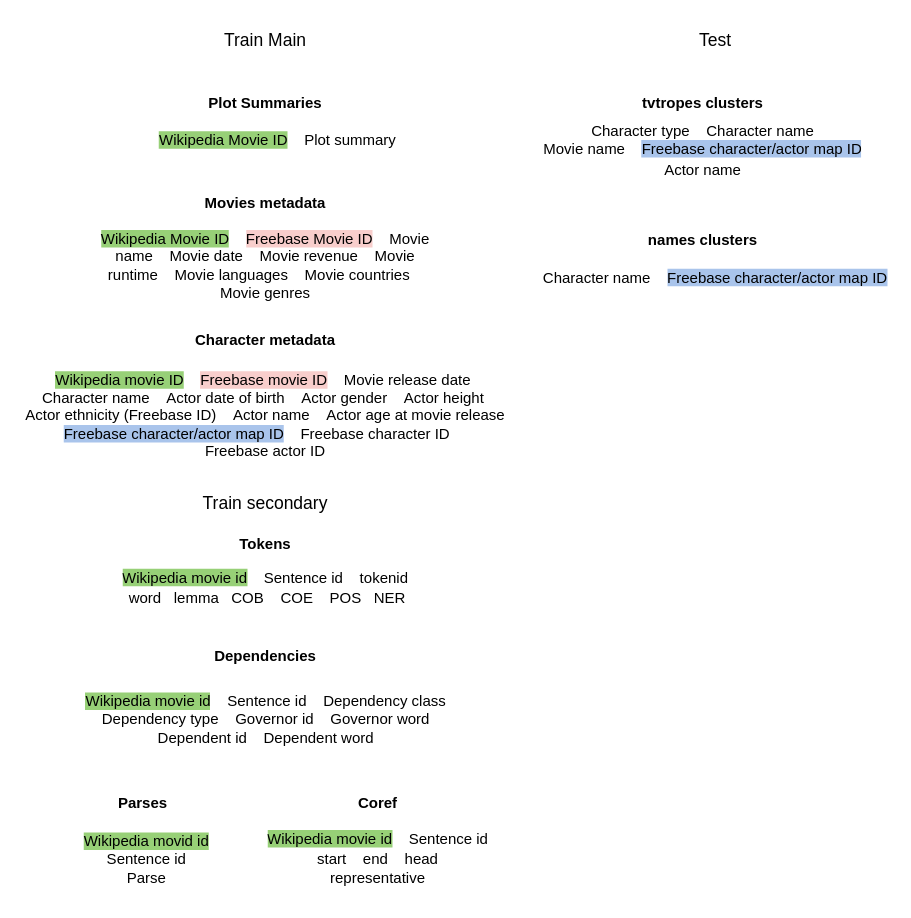
This is Docs/dataframes visualization.drawio from epfl-ada/ada-2023-project-crunchychicken, a draw.io file, before an edit. Source tidied: cells renumbered, new cells numbered last; positions are measured from the earlier drawing's top-left corner, leaving out a move shared by most shapes. Both pictures are drawn from the tidied source at 125%, with x=0, y=0 at pixel (21, 21).
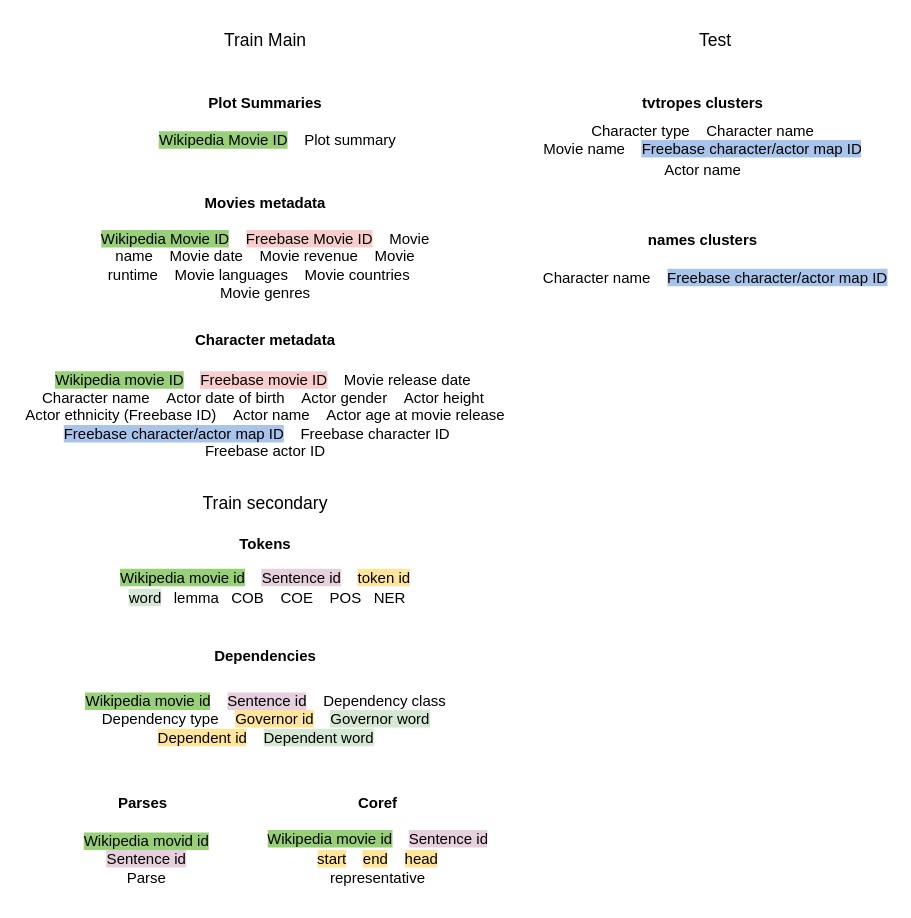
The same page after the edit.

The edit, as a diff of the source:
```diff
@@
-    <mxCell id="15" value="&lt;p style=&quot;box-sizing: border-box; overflow: auto; padding: 1px 0px; margin-top: 0px; margin-bottom: 0px; line-height: inherit; word-break: break-all; overflow-wrap: break-word; border: 0px; border-radius: 0px; vertical-align: baseline;&quot;&gt;&lt;span style=&quot;background-color: rgb(151, 208, 119);&quot;&gt;Wikipedia movie id&lt;/span&gt;&amp;nbsp; &amp;nbsp; Sentence id&amp;nbsp; &amp;nbsp; Dependency class&lt;br&gt;Dependency type&amp;nbsp; &amp;nbsp; Governor id&amp;nbsp; &amp;nbsp; Governor word&lt;br&gt;Dependent id&amp;nbsp; &amp;nbsp; Dependent word&lt;/p&gt;" style="text;html=1;strokeColor=none;fillColor=none;align=center;verticalAlign=middle;whiteSpace=wrap;rounded=0;" parent="1" vertex="1">
+    <mxCell id="15" value="&lt;p style=&quot;box-sizing: border-box; overflow: auto; padding: 1px 0px; margin-top: 0px; margin-bottom: 0px; line-height: inherit; word-break: break-all; overflow-wrap: break-word; border: 0px; border-radius: 0px; vertical-align: baseline;&quot;&gt;&lt;span style=&quot;background-color: rgb(151, 208, 119);&quot;&gt;Wikipedia movie id&lt;/span&gt;&amp;nbsp; &amp;nbsp; &lt;span style=&quot;background-color: rgb(230, 208, 222);&quot;&gt;Sentence id&lt;/span&gt;&amp;nbsp; &amp;nbsp; Dependency class&lt;br&gt;Dependency type&amp;nbsp; &amp;nbsp; &lt;span style=&quot;background-color: rgb(255, 229, 153);&quot;&gt;Governor id&lt;/span&gt;&amp;nbsp; &amp;nbsp; &lt;span style=&quot;background-color: rgb(213, 232, 212);&quot;&gt;Governor word&lt;/span&gt;&lt;br&gt;&lt;span style=&quot;background-color: rgb(255, 229, 153);&quot;&gt;Dependent id&lt;/span&gt;&amp;nbsp; &amp;nbsp; &lt;span style=&quot;background-color: rgb(213, 232, 212);&quot;&gt;Dependent word&lt;/span&gt;&lt;/p&gt;" style="text;html=1;strokeColor=none;fillColor=none;align=center;verticalAlign=middle;whiteSpace=wrap;rounded=0;" parent="1" vertex="1">
       <mxGeometry x="42.5" y="523" width="305" height="70" as="geometry" />
     </mxCell>
@@
-    <mxCell id="18" value="&lt;pre style=&quot;box-sizing: border-box; overflow: auto; padding: 1px 0px; margin-top: 0px; margin-bottom: 0px; line-height: inherit; word-break: break-all; overflow-wrap: break-word; border: 0px; border-radius: 0px; vertical-align: baseline;&quot;&gt;&lt;font face=&quot;Helvetica&quot;&gt;&lt;span style=&quot;background-color: rgb(151, 208, 119);&quot;&gt;Wikipedia movie id&lt;/span&gt;    Sentence id    tokenid&lt;br&gt; word   lemma   COB    COE    POS   NER&lt;/font&gt;&lt;/pre&gt;" style="text;html=1;strokeColor=none;fillColor=none;align=center;verticalAlign=middle;whiteSpace=wrap;rounded=0;" parent="1" vertex="1">
+    <mxCell id="18" value="&lt;pre style=&quot;box-sizing: border-box; overflow: auto; padding: 1px 0px; margin-top: 0px; margin-bottom: 0px; line-height: inherit; word-break: break-all; overflow-wrap: break-word; border: 0px; border-radius: 0px; vertical-align: baseline;&quot;&gt;&lt;font face=&quot;Helvetica&quot;&gt;&lt;span style=&quot;background-color: rgb(151, 208, 119);&quot;&gt;Wikipedia movie id&lt;/span&gt;    &lt;span style=&quot;background-color: rgb(230, 208, 222);&quot;&gt;Sentence id&lt;/span&gt;    &lt;span style=&quot;background-color: rgb(255, 229, 153);&quot;&gt;token id&lt;/span&gt;&lt;br&gt; &lt;span style=&quot;background-color: rgb(213, 232, 212);&quot;&gt;word&lt;/span&gt;   lemma   COB    COE    POS   NER&lt;/font&gt;&lt;/pre&gt;" style="text;html=1;strokeColor=none;fillColor=none;align=center;verticalAlign=middle;whiteSpace=wrap;rounded=0;" parent="1" vertex="1">
       <mxGeometry x="70" y="433" width="250" height="40" as="geometry" />
     </mxCell>
@@
-    <mxCell id="20" value="&lt;span style=&quot;background-color: rgb(151, 208, 119);&quot;&gt;Wikipedia movid id&lt;/span&gt;&lt;br&gt;Sentence id&lt;br&gt;Parse" style="text;html=1;strokeColor=none;fillColor=none;align=center;verticalAlign=middle;whiteSpace=wrap;rounded=0;" parent="1" vertex="1">
+    <mxCell id="20" value="&lt;span style=&quot;background-color: rgb(151, 208, 119);&quot;&gt;Wikipedia movid id&lt;/span&gt;&lt;br&gt;&lt;span style=&quot;background-color: rgb(230, 208, 222);&quot;&gt;Sentence id&lt;/span&gt;&lt;br&gt;Parse" style="text;html=1;strokeColor=none;fillColor=none;align=center;verticalAlign=middle;whiteSpace=wrap;rounded=0;" parent="1" vertex="1">
       <mxGeometry x="32" y="640" width="136" height="60" as="geometry" />
     </mxCell>
@@
-    <mxCell id="22" value="&lt;pre style=&quot;box-sizing: border-box; overflow: auto; padding: 1px 0px; margin-top: 0px; margin-bottom: 0px; line-height: inherit; word-break: break-all; overflow-wrap: break-word; border: 0px; border-radius: 0px; vertical-align: baseline;&quot;&gt;&lt;font style=&quot;font-size: 12px;&quot; face=&quot;Helvetica&quot;&gt;&lt;span style=&quot;background-color: rgb(151, 208, 119);&quot;&gt;Wikipedia movie id&lt;/span&gt;    Sentence id&lt;br&gt;start    end    head&lt;br&gt;representative&lt;/font&gt;&lt;/pre&gt;" style="text;html=1;strokeColor=none;fillColor=none;align=center;verticalAlign=middle;whiteSpace=wrap;rounded=0;" parent="1" vertex="1">
+    <mxCell id="22" value="&lt;pre style=&quot;box-sizing: border-box; overflow: auto; padding: 1px 0px; margin-top: 0px; margin-bottom: 0px; line-height: inherit; word-break: break-all; overflow-wrap: break-word; border: 0px; border-radius: 0px; vertical-align: baseline;&quot;&gt;&lt;font style=&quot;font-size: 12px;&quot; face=&quot;Helvetica&quot;&gt;&lt;span style=&quot;background-color: rgb(151, 208, 119);&quot;&gt;Wikipedia movie id&lt;/span&gt;    &lt;span style=&quot;background-color: rgb(230, 208, 222);&quot;&gt;Sentence id&lt;/span&gt;&lt;br&gt;&lt;span style=&quot;background-color: rgb(255, 229, 153);&quot;&gt;start&lt;/span&gt;    &lt;span style=&quot;background-color: rgb(255, 229, 153);&quot;&gt;end&lt;/span&gt;    &lt;span style=&quot;background-color: rgb(255, 229, 153);&quot;&gt;head&lt;/span&gt;&lt;br&gt;representative&lt;/font&gt;&lt;/pre&gt;" style="text;html=1;strokeColor=none;fillColor=none;align=center;verticalAlign=middle;whiteSpace=wrap;rounded=0;" parent="1" vertex="1">
       <mxGeometry x="193.1" y="640" width="183.8" height="60" as="geometry" />
     </mxCell>
```
